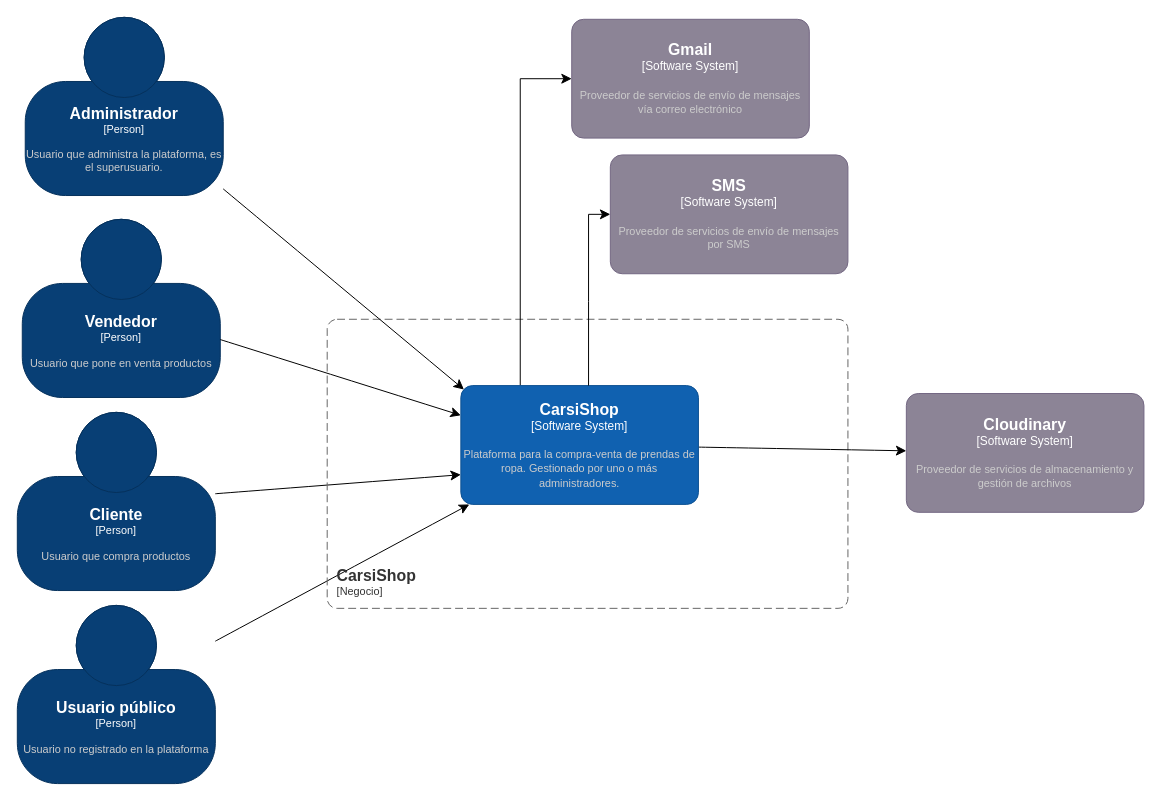
This is page "Contexto" (1 of 2) of Diagrama/c4CarsiShop.drawio from EmilianoChofis/c4CarsiShop, a draw.io file, before an edit. Source tidied: cells renumbered, new cells numbered last; positions are measured from the earlier drawing's top-left corner, leaving out a move shared by most shapes. Both pictures are drawn from the tidied source at 99%, with x=0, y=0 at pixel (17, 17).
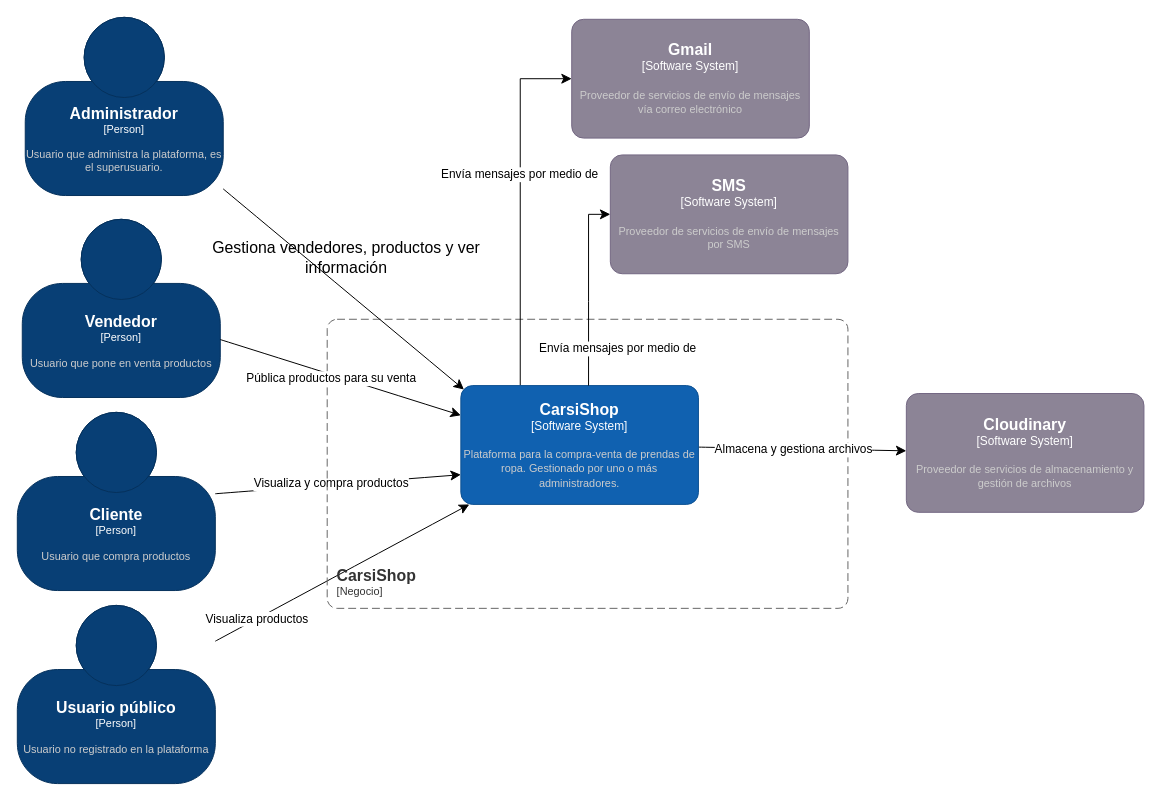
Above is the later version.

The change refers to these unchanged cells:
```xml
<mxCell id="3" style="edgeStyle=none;curved=1;rounded=0;jettySize=auto;html=1;fontSize=12;startSize=8;endSize=8;entryX=0;entryY=0.75;entryDx=0;entryDy=0;entryPerimeter=0;" parent="1" edge="1" source="4" target="11">
  <mxGeometry relative="1" as="geometry" />
</mxCell>
<mxCell id="5" style="edgeStyle=none;curved=1;rounded=0;jettySize=auto;html=1;fontSize=12;startSize=8;endSize=8;" parent="1" edge="1" source="6" target="11">
  <mxGeometry relative="1" as="geometry" />
</mxCell>
<mxCell id="9" style="edgeStyle=none;curved=1;rounded=0;jettySize=auto;html=1;fontSize=12;startSize=8;endSize=8;" parent="1" edge="1" source="11" target="15">
  <mxGeometry relative="1" as="geometry" />
</mxCell>
<mxCell id="13" style="edgeStyle=none;curved=1;rounded=0;jettySize=auto;html=1;entryX=0;entryY=0.25;entryDx=0;entryDy=0;entryPerimeter=0;fontSize=12;startSize=8;endSize=8;" parent="1" edge="1" source="2" target="11">
  <mxGeometry relative="1" as="geometry" />
</mxCell>
<mxCell id="17" style="edgeStyle=orthogonalEdgeStyle;rounded=0;jettySize=auto;html=1;fontSize=12;startSize=8;endSize=8;entryX=0;entryY=0.5;entryDx=0;entryDy=0;entryPerimeter=0;" parent="1" edge="1" target="16">
  <mxGeometry relative="1" as="geometry">
    <mxPoint x="577" y="372" as="sourcePoint" />
    <Array as="points">
      <mxPoint x="577" y="287" />
      <mxPoint x="577" y="287" />
    </Array>
  </mxGeometry>
</mxCell>
```

What changed in the source:
```diff
@@
+    <mxCell id="18" value="Visualiza y compra productos" style="edgeLabel;html=1;align=center;verticalAlign=middle;fontSize=12;" parent="3" vertex="1">
+      <mxGeometry x="-0.38" y="1" relative="1" as="geometry">
+        <mxPoint x="40" y="-4" as="offset" />
+      </mxGeometry>
+    </mxCell>
@@
+    <mxCell id="19" value="Visualiza productos" style="edgeLabel;html=1;align=center;verticalAlign=middle;fontSize=12;" parent="5" vertex="1">
+      <mxGeometry x="-0.4" y="1" relative="1" as="geometry">
+        <mxPoint x="-35" y="19" as="offset" />
+      </mxGeometry>
+    </mxCell>
@@
+    <mxCell id="20" value="Almacena y gestiona archivos" style="edgeLabel;html=1;align=center;verticalAlign=middle;fontSize=12;" parent="9" vertex="1">
+      <mxGeometry x="-0.34" relative="1" as="geometry">
+        <mxPoint x="27" y="1" as="offset" />
+      </mxGeometry>
+    </mxCell>
@@
+    <mxCell id="21" value="Pública productos para su venta" style="edgeLabel;html=1;align=center;verticalAlign=middle;fontSize=12;" parent="13" vertex="1">
+      <mxGeometry x="-0.37" y="2" relative="1" as="geometry">
+        <mxPoint x="35" y="17" as="offset" />
+      </mxGeometry>
+    </mxCell>
@@
+    <mxCell id="22" value="Envía mensajes por medio de&amp;nbsp;" style="edgeLabel;html=1;align=center;verticalAlign=middle;fontSize=12;" parent="17" vertex="1">
+      <mxGeometry x="-0.17" y="2" relative="1" as="geometry">
+        <mxPoint x="32" y="43" as="offset" />
+      </mxGeometry>
+    </mxCell>
+    <mxCell id="23" value="Gestiona vendedores, productos y ver&lt;br&gt;información" style="text;html=1;align=center;verticalAlign=middle;strokeColor=none;fillColor=none;fontSize=16;" parent="1" vertex="1">
+      <mxGeometry x="188" y="218" width="288" height="50" as="geometry" />
+    </mxCell>
+    <mxCell id="24" value="Envía mensajes por medio de&amp;nbsp;" style="edgeLabel;html=1;align=center;verticalAlign=middle;fontSize=12;" parent="1" vertex="1">
+      <mxGeometry x="508" y="158" as="geometry" />
+    </mxCell>
```
